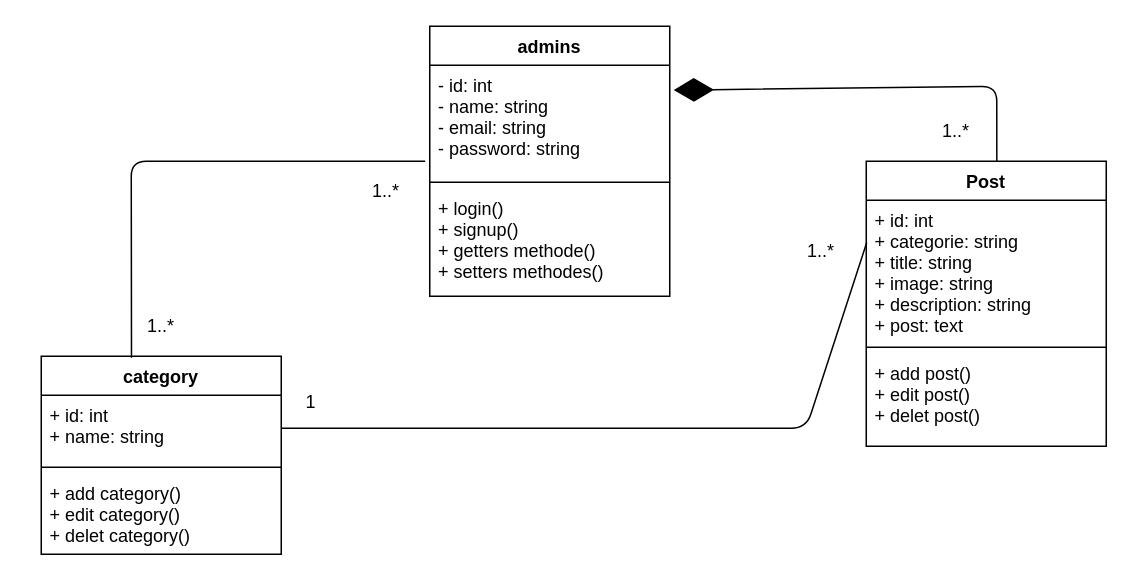
Before: UML/class_diagram.drawio in marouane-tabib/CultureDev.to, a draw.io diagram. Source tidied: cells renumbered, new cells numbered last; positions are measured from the earlier drawing's top-left corner, leaving out a move shared by most shapes. Both pictures are drawn from the tidied source at 150%, with x=0, y=0 at pixel (40, 26).
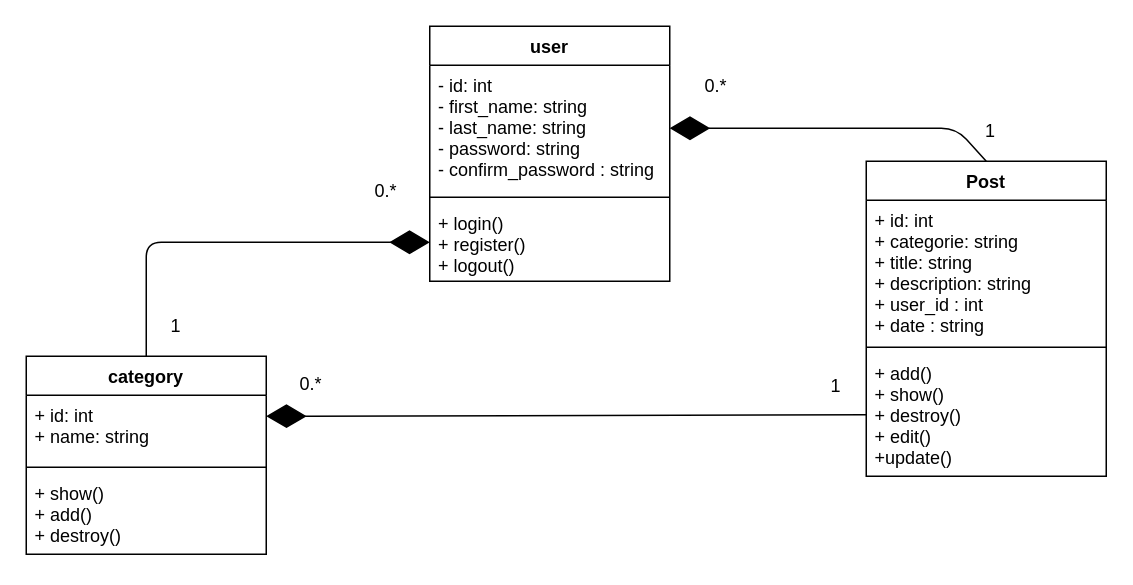
After the change.

Commit message (it also covers changes not shown here):
UML diagrams - completed

The change refers to these unchanged cells:
```xml
<mxCell id="11" value="+ id: int&#10;+ name: string" style="text;strokeColor=none;fillColor=none;align=left;verticalAlign=top;spacingLeft=4;spacingRight=4;overflow=hidden;points=[[0,0.5],[1,0.5]];portConstraint=eastwest;" parent="10" vertex="1">
  <mxGeometry y="26" width="160" height="44" as="geometry" />
</mxCell>
```

Change to the diagram source:
```diff
@@
-    <mxCell id="2" value="admins" style="swimlane;fontStyle=1;align=center;verticalAlign=top;horizontal=1;startSize=26;" parent="1" vertex="1">
-      <mxGeometry x="259" width="160" height="180" as="geometry" />
+    <mxCell id="2" value="user" style="swimlane;fontStyle=1;align=center;verticalAlign=top;horizontal=1;startSize=26;" parent="1" vertex="1">
+      <mxGeometry x="259" width="160" height="170" as="geometry" />
     </mxCell>
-    <mxCell id="3" value="- id: int&#10;- name: string&#10;- email: string&#10;- password: string" style="text;align=left;verticalAlign=top;spacingLeft=4;spacingRight=4;overflow=hidden;points=[[0,0.5],[1,0.5]];portConstraint=eastwest;" parent="2" vertex="1">
-      <mxGeometry y="26" width="160" height="74" as="geometry" />
+    <mxCell id="3" value="- id: int&#10;- first_name: string&#10;- last_name: string&#10;- password: string&#10;- confirm_password : string" style="text;align=left;verticalAlign=top;spacingLeft=4;spacingRight=4;overflow=hidden;points=[[0,0.5],[1,0.5]];portConstraint=eastwest;" parent="2" vertex="1">
+      <mxGeometry y="26" width="160" height="84" as="geometry" />
     </mxCell>
     <mxCell id="4" style="line;strokeWidth=1;fillColor=none;align=left;verticalAlign=middle;spacingTop=-1;spacingLeft=3;spacingRight=3;labelPosition=right;" parent="2" vertex="1">
-      <mxGeometry y="100" width="160" height="8" as="geometry" />
+      <mxGeometry y="110" width="160" height="8" as="geometry" />
     </mxCell>
-    <mxCell id="5" value="+ login()&#10;+ signup()&#10;+ getters methode()&#10;+ setters methodes()" style="text;strokeColor=none;fillColor=none;align=left;verticalAlign=top;spacingLeft=4;spacingRight=4;overflow=hidden;points=[[0,0.5],[1,0.5]];portConstraint=eastwest;" parent="2" vertex="1">
-      <mxGeometry y="108" width="160" height="72" as="geometry" />
+    <mxCell id="5" value="+ login()&#10;+ register()&#10;+ logout()" style="text;strokeColor=none;fillColor=none;align=left;verticalAlign=top;spacingLeft=4;spacingRight=4;overflow=hidden;points=[[0,0.5],[1,0.5]];portConstraint=eastwest;" parent="2" vertex="1">
+      <mxGeometry y="118" width="160" height="52" as="geometry" />
     </mxCell>
     <mxCell id="6" value="Post" style="swimlane;fontStyle=1;align=center;verticalAlign=top;horizontal=1;startSize=26;" parent="1" vertex="1">
-      <mxGeometry x="550" y="90" width="160" height="190" as="geometry" />
+      <mxGeometry x="550" y="90" width="160" height="210" as="geometry" />
     </mxCell>
-    <mxCell id="7" value="+ id: int&#10;+ categorie: string&#10;+ title: string&#10;+ image: string&#10;+ description: string&#10;+ post: text" style="text;align=left;verticalAlign=top;spacingLeft=4;spacingRight=4;overflow=hidden;points=[[0,0.5],[1,0.5]];portConstraint=eastwest;" parent="6" vertex="1">
+    <mxCell id="7" value="+ id: int&#10;+ categorie: string&#10;+ title: string&#10;+ description: string&#10;+ user_id : int&#10;+ date : string" style="text;align=left;verticalAlign=top;spacingLeft=4;spacingRight=4;overflow=hidden;points=[[0,0.5],[1,0.5]];portConstraint=eastwest;" parent="6" vertex="1">
       <mxGeometry y="26" width="160" height="94" as="geometry" />
     </mxCell>
@@
-    <mxCell id="9" value="+ add post()&#10;+ edit post()&#10;+ delet post()" style="text;strokeColor=none;fillColor=none;align=left;verticalAlign=top;spacingLeft=4;spacingRight=4;overflow=hidden;points=[[0,0.5],[1,0.5]];portConstraint=eastwest;" parent="6" vertex="1">
-      <mxGeometry y="128" width="160" height="62" as="geometry" />
+    <mxCell id="9" value="+ add()&#10;+ show()&#10;+ destroy()&#10;+ edit()&#10;+update()" style="text;strokeColor=none;fillColor=none;align=left;verticalAlign=top;spacingLeft=4;spacingRight=4;overflow=hidden;points=[[0,0.5],[1,0.5]];portConstraint=eastwest;" parent="6" vertex="1">
+      <mxGeometry y="128" width="160" height="82" as="geometry" />
     </mxCell>
     <mxCell id="10" value="category" style="swimlane;fontStyle=1;align=center;verticalAlign=top;horizontal=1;startSize=26;" parent="1" vertex="1">
-      <mxGeometry y="220" width="160" height="132" as="geometry" />
+      <mxGeometry x="-10" y="220" width="160" height="132" as="geometry" />
     </mxCell>
@@
-    <mxCell id="13" value="+ add category()&#10;+ edit category()&#10;+ delet category()" style="text;strokeColor=none;fillColor=none;align=left;verticalAlign=top;spacingLeft=4;spacingRight=4;overflow=hidden;" parent="10" vertex="1">
+    <mxCell id="13" value="+ show()&#10;+ add()&#10;+ destroy()" style="text;strokeColor=none;fillColor=none;align=left;verticalAlign=top;spacingLeft=4;spacingRight=4;overflow=hidden;" parent="10" vertex="1">
       <mxGeometry y="78" width="160" height="54" as="geometry" />
     </mxCell>
-    <mxCell id="14" style="endArrow=none;html=1;entryX=0.002;entryY=0.3;entryDx=0;entryDy=0;entryPerimeter=0;exitX=1;exitY=0.5;exitDx=0;exitDy=0;" parent="1" edge="1" source="11" target="7">
-      <mxGeometry relative="1" as="geometry">
-        <Array as="points">
-          <mxPoint x="510" y="268" />
-        </Array>
-      </mxGeometry>
-    </mxCell>
-    <mxCell id="15" value="1..*" style="text;html=1;strokeColor=none;fillColor=none;align=center;verticalAlign=middle;whiteSpace=wrap;rounded=0;" parent="1" vertex="1">
-      <mxGeometry x="500" y="140" width="40" height="20" as="geometry" />
+    <mxCell id="15" value="1" style="text;html=1;strokeColor=none;fillColor=none;align=center;verticalAlign=middle;whiteSpace=wrap;rounded=0;" parent="1" vertex="1">
+      <mxGeometry x="510" y="230" width="40" height="20" as="geometry" />
     </mxCell>
-    <mxCell id="16" value="1" style="text;html=1;strokeColor=none;fillColor=none;align=center;verticalAlign=middle;whiteSpace=wrap;rounded=0;" parent="1" vertex="1">
-      <mxGeometry x="160" y="240" width="40" height="21" as="geometry" />
+    <mxCell id="16" value="0.*" style="text;html=1;strokeColor=none;fillColor=none;align=center;verticalAlign=middle;whiteSpace=wrap;rounded=0;" parent="1" vertex="1">
+      <mxGeometry x="160" y="228" width="40" height="21" as="geometry" />
     </mxCell>
-    <mxCell id="17" style="endArrow=diamondThin;endFill=1;endSize=24;html=1;exitX=0.544;exitY=0;exitDx=0;exitDy=0;exitPerimeter=0;entryX=1.016;entryY=0.224;entryDx=0;entryDy=0;entryPerimeter=0;" parent="1" edge="1" source="6" target="3">
+    <mxCell id="17" style="endArrow=diamondThin;endFill=1;endSize=24;html=1;exitX=0.5;exitY=0;exitDx=0;exitDy=0;entryX=1;entryY=0.5;entryDx=0;entryDy=0;" parent="1" edge="1" source="6" target="3">
       <mxGeometry relative="1" as="geometry">
         <Array as="points">
-          <mxPoint x="637" y="40" />
+          <mxPoint x="610" y="68" />
         </Array>
       </mxGeometry>
     </mxCell>
-    <mxCell id="18" value="1..*" style="text;html=1;strokeColor=none;fillColor=none;align=center;verticalAlign=middle;whiteSpace=wrap;rounded=0;" parent="1" vertex="1">
-      <mxGeometry x="590" y="60" width="40" height="20" as="geometry" />
+    <mxCell id="18" value="1" style="text;html=1;strokeColor=none;fillColor=none;align=center;verticalAlign=middle;whiteSpace=wrap;rounded=0;" parent="1" vertex="1">
+      <mxGeometry x="613" y="60" width="40" height="20" as="geometry" />
     </mxCell>
-    <mxCell id="19" style="endArrow=none;html=1;entryX=-0.019;entryY=0.865;entryDx=0;entryDy=0;entryPerimeter=0;exitX=0.376;exitY=0.008;exitDx=0;exitDy=0;exitPerimeter=0;" parent="1" edge="1" source="10" target="3">
-      <mxGeometry relative="1" as="geometry">
-        <Array as="points">
-          <mxPoint x="60" y="90" />
-        </Array>
-      </mxGeometry>
-    </mxCell>
-    <mxCell id="20" value="1..*" style="text;html=1;strokeColor=none;fillColor=none;align=center;verticalAlign=middle;whiteSpace=wrap;rounded=0;" parent="1" vertex="1">
+    <mxCell id="20" value="0.*" style="text;html=1;strokeColor=none;fillColor=none;align=center;verticalAlign=middle;whiteSpace=wrap;rounded=0;" parent="1" vertex="1">
       <mxGeometry x="210" y="100" width="40" height="20" as="geometry" />
     </mxCell>
-    <mxCell id="21" value="1..*" style="text;html=1;strokeColor=none;fillColor=none;align=center;verticalAlign=middle;whiteSpace=wrap;rounded=0;" parent="1" vertex="1">
-      <mxGeometry x="60" y="190" width="40" height="20" as="geometry" />
+    <mxCell id="21" value="1" style="text;html=1;strokeColor=none;fillColor=none;align=center;verticalAlign=middle;whiteSpace=wrap;rounded=0;" parent="1" vertex="1">
+      <mxGeometry x="70" y="190" width="40" height="20" as="geometry" />
     </mxCell>
+    <mxCell id="22" style="endArrow=diamondThin;endFill=1;endSize=24;html=1;exitX=0.5;exitY=0;exitDx=0;exitDy=0;entryX=0;entryY=0.5;entryDx=0;entryDy=0;" parent="1" edge="1" source="10" target="5">
+      <mxGeometry relative="1" as="geometry">
+        <Array as="points">
+          <mxPoint x="70" y="144" />
+        </Array>
+      </mxGeometry>
+    </mxCell>
+    <mxCell id="23" style="endArrow=diamondThin;endFill=1;endSize=24;html=1;exitX=0;exitY=0.5;exitDx=0;exitDy=0;" parent="1" edge="1" source="9">
+      <mxGeometry relative="1" as="geometry">
+        <mxPoint x="150" y="260" as="targetPoint" />
+      </mxGeometry>
+    </mxCell>
+    <mxCell id="24" value="0.*" style="text;html=1;strokeColor=none;fillColor=none;align=center;verticalAlign=middle;whiteSpace=wrap;rounded=0;" parent="1" vertex="1">
+      <mxGeometry x="430" y="30" width="40" height="20" as="geometry" />
+    </mxCell>
```
